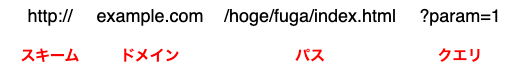
shmp-dev/TIL keeps this draw.io diagram as Web/image/url.drawio.png. Above is the earlier version. Source tidied: cells renumbered, new cells last; positions are measured from the earlier drawing's top-left corner, leaving out a move shared by most shapes. Its diagram source:
```xml
<mxGraphModel>
  <root>
    <mxCell id="0" />
    <mxCell id="1" parent="0" />
    <mxCell id="2" value="http://" style="text;html=1;strokeColor=none;fillColor=none;align=center;verticalAlign=middle;whiteSpace=wrap;rounded=0;fontSize=18;" parent="1" vertex="1">
      <mxGeometry x="20" width="60" height="30" as="geometry" />
    </mxCell>
    <mxCell id="3" value="example.com" style="text;html=1;strokeColor=none;fillColor=none;align=center;verticalAlign=middle;whiteSpace=wrap;rounded=0;fontSize=18;" parent="1" vertex="1">
      <mxGeometry x="90" width="120" height="30" as="geometry" />
    </mxCell>
    <mxCell id="4" value="/hoge/fuga/index.html" style="text;html=1;strokeColor=none;fillColor=none;align=center;verticalAlign=middle;whiteSpace=wrap;rounded=0;fontSize=18;" parent="1" vertex="1">
      <mxGeometry x="210" width="200" height="30" as="geometry" />
    </mxCell>
    <mxCell id="5" value="?param=1" style="text;html=1;strokeColor=none;fillColor=none;align=center;verticalAlign=middle;whiteSpace=wrap;rounded=0;fontSize=18;" parent="1" vertex="1">
      <mxGeometry x="415" width="90" height="30" as="geometry" />
    </mxCell>
    <mxCell id="6" value="スキーム" style="text;html=1;align=center;verticalAlign=middle;whiteSpace=wrap;rounded=0;fontSize=15;labelBackgroundColor=default;fontColor=#FF0000;fontStyle=1;" parent="1" vertex="1">
      <mxGeometry y="40" width="100" height="30" as="geometry" />
    </mxCell>
    <mxCell id="7" value="ドメイン" style="text;html=1;align=center;verticalAlign=middle;whiteSpace=wrap;rounded=0;fontSize=15;labelBackgroundColor=default;fontColor=#FF0000;fontStyle=1;" parent="1" vertex="1">
      <mxGeometry x="100" y="40" width="100" height="30" as="geometry" />
    </mxCell>
    <mxCell id="8" value="パス" style="text;html=1;align=center;verticalAlign=middle;whiteSpace=wrap;rounded=0;fontSize=15;labelBackgroundColor=default;fontColor=#FF0000;fontStyle=1;" parent="1" vertex="1">
      <mxGeometry x="260" y="40" width="100" height="30" as="geometry" />
    </mxCell>
    <mxCell id="9" value="クエリ" style="text;html=1;align=center;verticalAlign=middle;whiteSpace=wrap;rounded=0;fontSize=15;labelBackgroundColor=default;fontColor=#FF0000;fontStyle=1;" parent="1" vertex="1">
      <mxGeometry x="410" y="40" width="100" height="30" as="geometry" />
    </mxCell>
  </root>
</mxGraphModel>
```
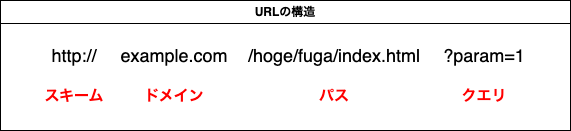
The same file after the commit.

Commit message:
[Web]URL_イメージを修正

Change to the diagram source:
```diff
@@ -2,29 +2,32 @@
   <root>
     <mxCell id="0" />
     <mxCell id="1" parent="0" />
+    <mxCell id="10" value="URLの構造" style="swimlane;whiteSpace=wrap;html=1;" parent="1" vertex="1">
+      <mxGeometry x="-13" y="-6" width="570" height="130" as="geometry" />
+    </mxCell>
-    <mxCell id="2" value="http://" style="text;html=1;strokeColor=none;fillColor=none;align=center;verticalAlign=middle;whiteSpace=wrap;rounded=0;fontSize=18;" parent="1" vertex="1">
-      <mxGeometry x="20" width="60" height="30" as="geometry" />
+    <mxCell id="2" value="http://" style="text;html=1;strokeColor=none;fillColor=none;align=center;verticalAlign=middle;whiteSpace=wrap;rounded=0;fontSize=18;" parent="10" vertex="1">
+      <mxGeometry x="44" y="40" width="60" height="30" as="geometry" />
     </mxCell>
-    <mxCell id="3" value="example.com" style="text;html=1;strokeColor=none;fillColor=none;align=center;verticalAlign=middle;whiteSpace=wrap;rounded=0;fontSize=18;" parent="1" vertex="1">
-      <mxGeometry x="90" width="120" height="30" as="geometry" />
+    <mxCell id="3" value="example.com" style="text;html=1;strokeColor=none;fillColor=none;align=center;verticalAlign=middle;whiteSpace=wrap;rounded=0;fontSize=18;" parent="10" vertex="1">
+      <mxGeometry x="114" y="40" width="120" height="30" as="geometry" />
     </mxCell>
-    <mxCell id="4" value="/hoge/fuga/index.html" style="text;html=1;strokeColor=none;fillColor=none;align=center;verticalAlign=middle;whiteSpace=wrap;rounded=0;fontSize=18;" parent="1" vertex="1">
-      <mxGeometry x="210" width="200" height="30" as="geometry" />
+    <mxCell id="4" value="/hoge/fuga/index.html" style="text;html=1;strokeColor=none;fillColor=none;align=center;verticalAlign=middle;whiteSpace=wrap;rounded=0;fontSize=18;" parent="10" vertex="1">
+      <mxGeometry x="234" y="40" width="200" height="30" as="geometry" />
     </mxCell>
-    <mxCell id="5" value="?param=1" style="text;html=1;strokeColor=none;fillColor=none;align=center;verticalAlign=middle;whiteSpace=wrap;rounded=0;fontSize=18;" parent="1" vertex="1">
-      <mxGeometry x="415" width="90" height="30" as="geometry" />
+    <mxCell id="5" value="?param=1" style="text;html=1;strokeColor=none;fillColor=none;align=center;verticalAlign=middle;whiteSpace=wrap;rounded=0;fontSize=18;" parent="10" vertex="1">
+      <mxGeometry x="439" y="40" width="90" height="30" as="geometry" />
     </mxCell>
-    <mxCell id="6" value="スキーム" style="text;html=1;align=center;verticalAlign=middle;whiteSpace=wrap;rounded=0;fontSize=15;labelBackgroundColor=default;fontColor=#FF0000;fontStyle=1;" parent="1" vertex="1">
-      <mxGeometry y="40" width="100" height="30" as="geometry" />
+    <mxCell id="6" value="スキーム" style="text;html=1;align=center;verticalAlign=middle;whiteSpace=wrap;rounded=0;fontSize=15;labelBackgroundColor=default;fontColor=#FF0000;fontStyle=1;" parent="10" vertex="1">
+      <mxGeometry x="24" y="80" width="100" height="30" as="geometry" />
     </mxCell>
-    <mxCell id="7" value="ドメイン" style="text;html=1;align=center;verticalAlign=middle;whiteSpace=wrap;rounded=0;fontSize=15;labelBackgroundColor=default;fontColor=#FF0000;fontStyle=1;" parent="1" vertex="1">
-      <mxGeometry x="100" y="40" width="100" height="30" as="geometry" />
+    <mxCell id="7" value="ドメイン" style="text;html=1;align=center;verticalAlign=middle;whiteSpace=wrap;rounded=0;fontSize=15;labelBackgroundColor=default;fontColor=#FF0000;fontStyle=1;" parent="10" vertex="1">
+      <mxGeometry x="124" y="80" width="100" height="30" as="geometry" />
     </mxCell>
-    <mxCell id="8" value="パス" style="text;html=1;align=center;verticalAlign=middle;whiteSpace=wrap;rounded=0;fontSize=15;labelBackgroundColor=default;fontColor=#FF0000;fontStyle=1;" parent="1" vertex="1">
-      <mxGeometry x="260" y="40" width="100" height="30" as="geometry" />
+    <mxCell id="8" value="パス" style="text;html=1;align=center;verticalAlign=middle;whiteSpace=wrap;rounded=0;fontSize=15;labelBackgroundColor=default;fontColor=#FF0000;fontStyle=1;" parent="10" vertex="1">
+      <mxGeometry x="284" y="80" width="100" height="30" as="geometry" />
     </mxCell>
-    <mxCell id="9" value="クエリ" style="text;html=1;align=center;verticalAlign=middle;whiteSpace=wrap;rounded=0;fontSize=15;labelBackgroundColor=default;fontColor=#FF0000;fontStyle=1;" parent="1" vertex="1">
-      <mxGeometry x="410" y="40" width="100" height="30" as="geometry" />
+    <mxCell id="9" value="クエリ" style="text;html=1;align=center;verticalAlign=middle;whiteSpace=wrap;rounded=0;fontSize=15;labelBackgroundColor=default;fontColor=#FF0000;fontStyle=1;" parent="10" vertex="1">
+      <mxGeometry x="434" y="80" width="100" height="30" as="geometry" />
     </mxCell>
   </root>
 </mxGraphModel>
```
